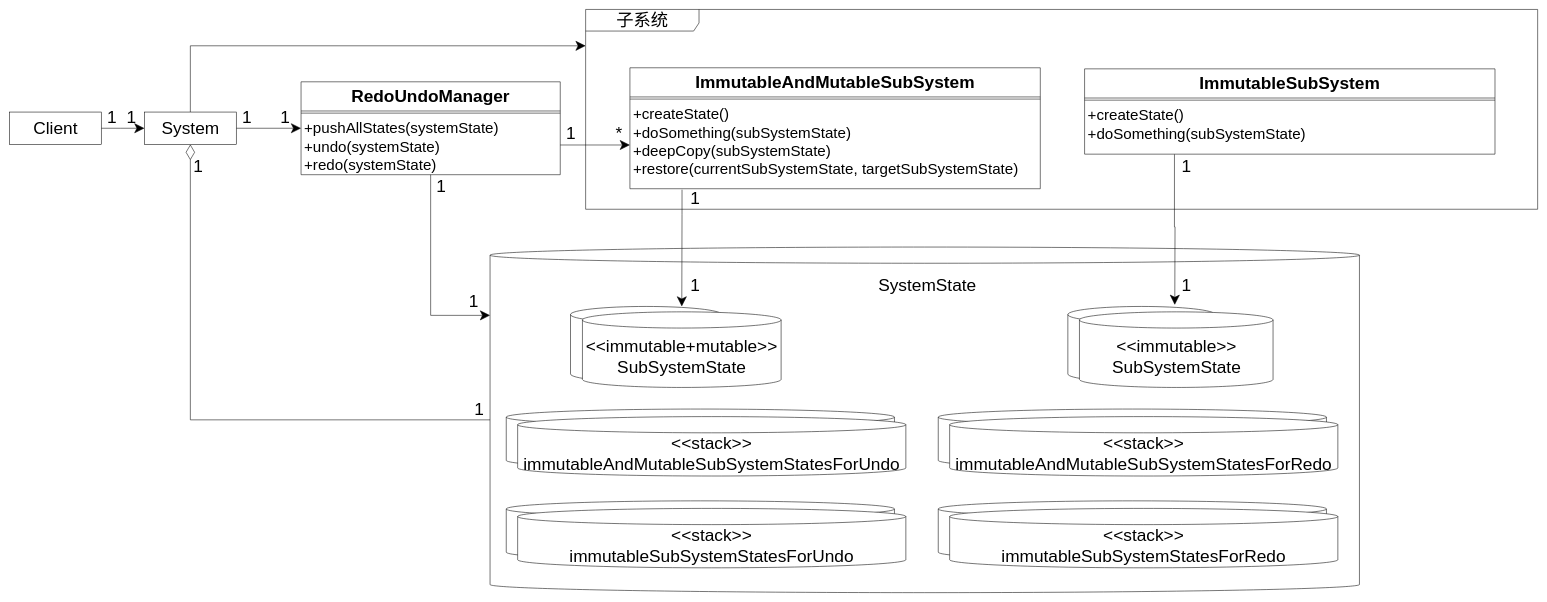
Earlier version of the draw.io diagram packages/撤销重做模式/role_abstract/UML.drawio (yyc-git/3DProgramPattern). Source tidied: cells renumbered, new cells numbered last; positions are measured from the earlier drawing's top-left corner, leaving out a move shared by most shapes. Both pictures are drawn from the tidied source at 54%, with x=0, y=0 at pixel (9, 9).
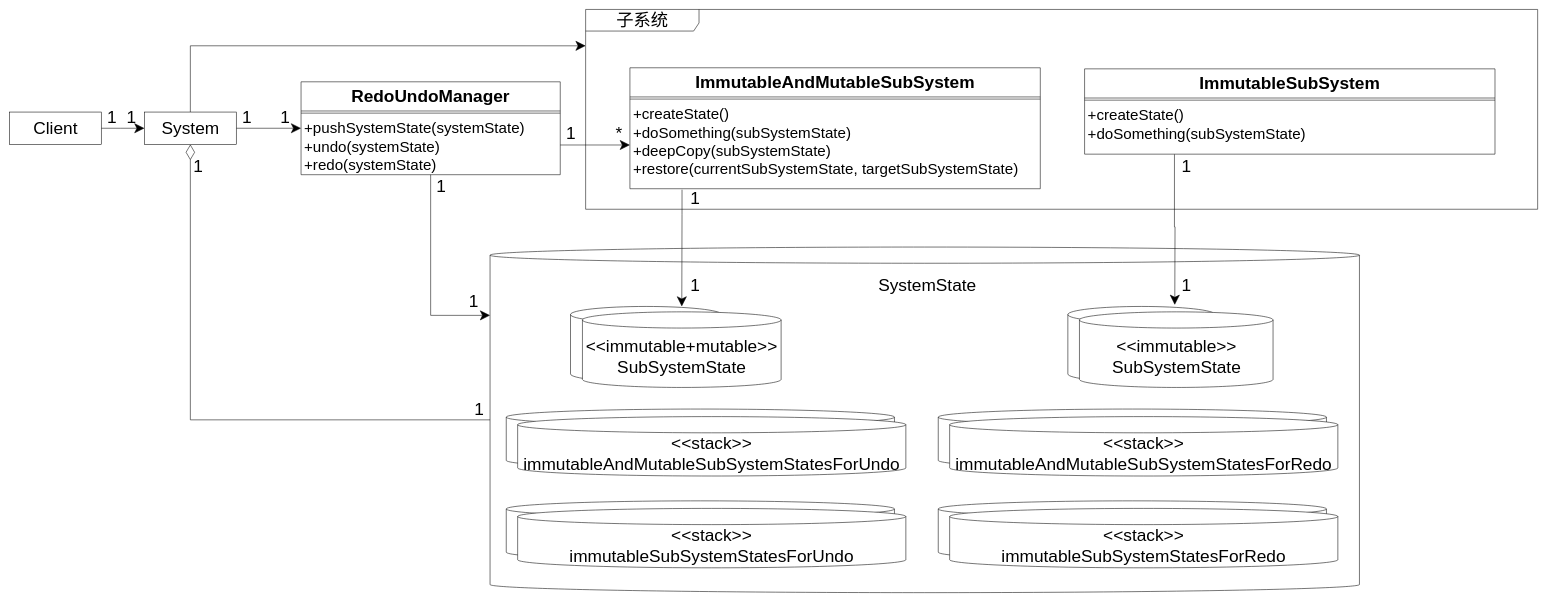
The same diagram, later.

Commit message (it also covers changes not shown here):
feat(撤销重做模式): update article; update code and uml;

The change refers to these unchanged cells:
```xml
<mxCell id="7" value="RedoUndoManager" style="swimlane;fontStyle=1;align=center;verticalAlign=top;horizontal=1;startSize=54;fontSize=32;" parent="1" vertex="1">
  <mxGeometry x="540" y="134" width="480" height="172" as="geometry" />
</mxCell>
```

Change to the diagram source:
```diff
@@
-    <mxCell id="9" value="+pushAllStates(systemState)&#10;+undo(systemState)&#10;+redo(systemState)" style="text;strokeColor=none;fillColor=none;align=left;verticalAlign=top;spacingLeft=4;spacingRight=4;overflow=hidden;points=[[0,0.5],[1,0.5]];portConstraint=eastwest;fontSize=28;" parent="7" vertex="1">
+    <mxCell id="9" value="+pushSystemState(systemState)&#10;+undo(systemState)&#10;+redo(systemState)" style="text;strokeColor=none;fillColor=none;align=left;verticalAlign=top;spacingLeft=4;spacingRight=4;overflow=hidden;points=[[0,0.5],[1,0.5]];portConstraint=eastwest;fontSize=28;" parent="7" vertex="1">
       <mxGeometry y="62" width="480" height="110" as="geometry" />
     </mxCell>
```
